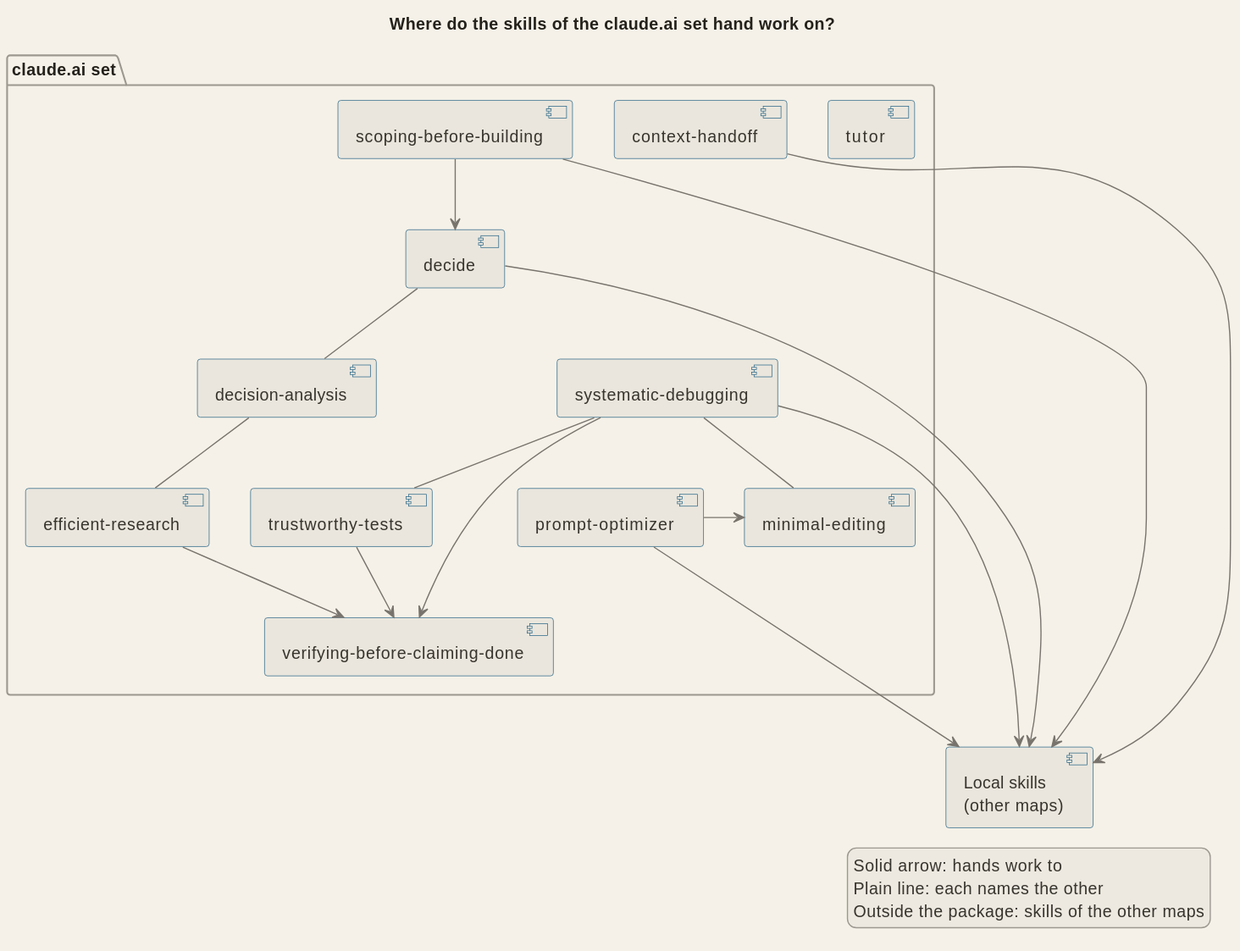
Earlier version of the PlantUML export docs/diagrams/arch_skills_claude_ai.svg (signorenne/dotagents).
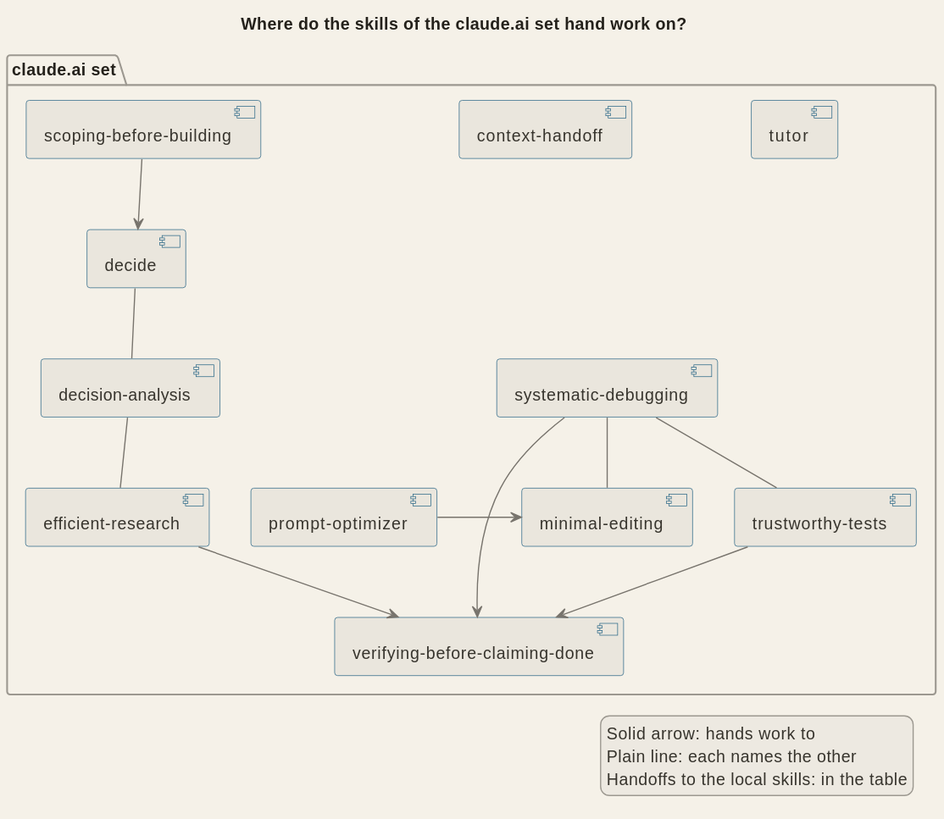
After the change.

Commit message:
docs(architecture): leave the local skills hub out of the claude.ai map and point to the table

What changed in the source:
```diff
@@ -16,7 +16,6 @@
   component "tutor" as tutor
 }
 
-component "Local skills\n(other maps)" as local
 
 scoping --> decide
 decide -- analysis
@@ -28,16 +27,10 @@
 debug --> verify
 tests --> verify
 
-verify -[hidden]down- local
-scoping --> local
-decide --> local
-prompt --> local
-handoff --> local
-debug --> local
 
 legend right
   Solid arrow: hands work to
   Plain line: each names the other
-  Outside the package: skills of the other maps
+  Handoffs to the local skills: in the table
 endlegend
 @enduml
```
